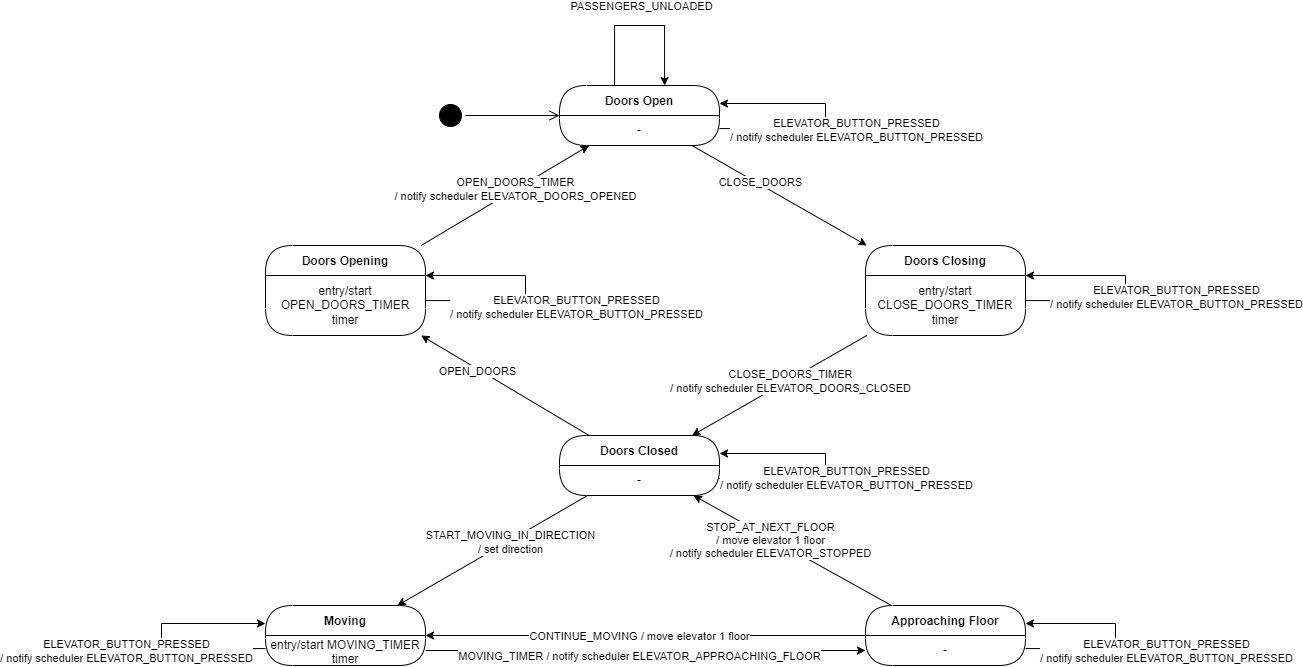
robsim378/sysc_3303_project keeps this draw.io diagram as UML_Diagrams/UML_State_Diagram-Elevator.drawio.png. Above is the earlier version. Source tidied: cells renumbered, new cells last; positions are measured from the earlier drawing's top-left corner, leaving out a move shared by most shapes.
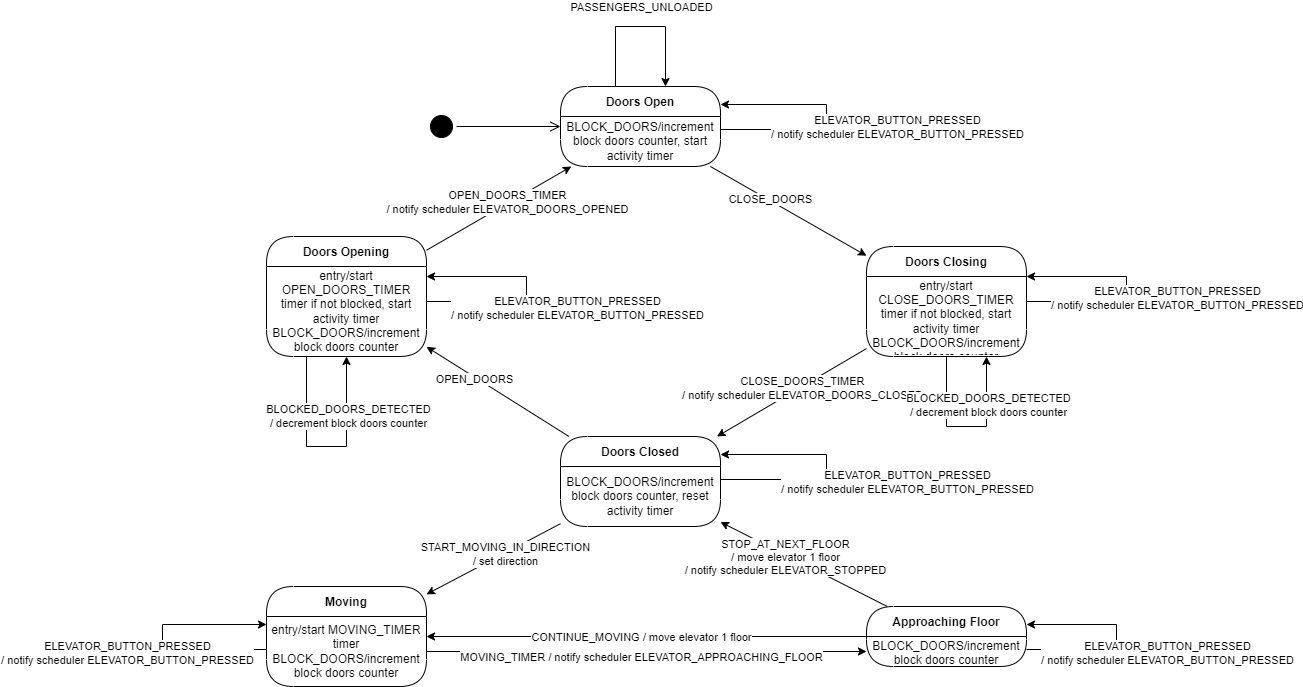
Later version of the same file.

Commit message:
Updated state diagrams

Change to the diagram source:
```diff
@@ -9,10 +9,10 @@
       <mxGeometry x="-0.24" y="2" relative="1" as="geometry" />
     </mxCell>
     <mxCell id="4" value="Doors Open" style="swimlane;fontStyle=1;align=center;verticalAlign=middle;horizontal=1;startSize=30;fontColor=#000000;rounded=1;arcSize=30;strokeColor=#000000;fillColor=#FFFFFF;swimlaneFillColor=#FFFFFF;" parent="1" vertex="1">
-      <mxGeometry x="398" y="60" width="160" height="60" as="geometry" />
+      <mxGeometry x="398" y="60" width="160" height="80" as="geometry" />
     </mxCell>
-    <mxCell id="5" value="-" style="text;html=1;strokeColor=none;fillColor=none;align=center;verticalAlign=middle;spacingLeft=4;spacingRight=4;whiteSpace=wrap;overflow=hidden;fontColor=#000000;" parent="4" vertex="1">
-      <mxGeometry y="30" width="160" height="30" as="geometry" />
+    <mxCell id="5" value="BLOCK_DOORS/increment block doors counter, start activity timer" style="text;html=1;strokeColor=none;fillColor=none;align=center;verticalAlign=middle;spacingLeft=4;spacingRight=4;whiteSpace=wrap;overflow=hidden;fontColor=#000000;" parent="4" vertex="1">
+      <mxGeometry y="30" width="160" height="50" as="geometry" />
     </mxCell>
     <mxCell id="6" style="edgeStyle=none;rounded=0;jettySize=auto;html=1;" parent="1" edge="1" source="8" target="4">
       <mxGeometry relative="1" as="geometry" />
@@ -21,11 +21,22 @@
       <mxGeometry x="0.12" y="1" relative="1" as="geometry" />
     </mxCell>
     <mxCell id="8" value="Doors Opening" style="swimlane;fontStyle=1;align=center;verticalAlign=middle;horizontal=1;startSize=30;fontColor=#000000;rounded=1;arcSize=30;strokeColor=#000000;fillColor=#FFFFFF;swimlaneFillColor=#FFFFFF;" parent="1" vertex="1">
-      <mxGeometry x="104" y="220" width="160" height="90" as="geometry" />
+      <mxGeometry x="104" y="210" width="160" height="120" as="geometry" />
     </mxCell>
-    <mxCell id="9" value="entry/start OPEN_DOORS_TIMER timer" style="text;html=1;strokeColor=none;fillColor=none;align=center;verticalAlign=middle;spacingLeft=4;spacingRight=4;whiteSpace=wrap;overflow=hidden;fontColor=#000000;" parent="8" vertex="1">
-      <mxGeometry y="30" width="160" height="60" as="geometry" />
+    <mxCell id="9" value="entry/start OPEN_DOORS_TIMER timer if not blocked, start activity timer&lt;br&gt;BLOCK_DOORS/increment block doors counter" style="text;html=1;strokeColor=none;fillColor=none;align=center;verticalAlign=middle;spacingLeft=4;spacingRight=4;whiteSpace=wrap;overflow=hidden;fontColor=#000000;" parent="8" vertex="1">
+      <mxGeometry y="30" width="160" height="90" as="geometry" />
     </mxCell>
+    <mxCell id="46" style="edgeStyle=orthogonalEdgeStyle;rounded=0;orthogonalLoop=1;jettySize=auto;html=1;entryX=0.5;entryY=1;entryDx=0;entryDy=0;exitX=0.25;exitY=1;exitDx=0;exitDy=0;" parent="8" edge="1" source="9" target="9">
+      <mxGeometry relative="1" as="geometry">
+        <Array as="points">
+          <mxPoint x="40" y="210" />
+          <mxPoint x="80" y="210" />
+        </Array>
+      </mxGeometry>
+    </mxCell>
+    <mxCell id="47" value="BLOCKED_DOORS_DETECTED&lt;br&gt;/ decrement block doors counter" style="edgeLabel;html=1;align=center;verticalAlign=middle;" parent="46" vertex="1">
+      <mxGeometry x="0.47" y="-1" relative="1" as="geometry" />
+    </mxCell>
     <mxCell id="10" style="edgeStyle=none;rounded=0;jettySize=auto;html=1;" parent="1" edge="1" source="12" target="18">
       <mxGeometry relative="1" as="geometry" />
     </mxCell>
@@ -33,11 +44,22 @@
       <mxGeometry x="-0.12" y="1" relative="1" as="geometry" />
     </mxCell>
     <mxCell id="12" value="Doors Closing" style="swimlane;fontStyle=1;align=center;verticalAlign=middle;horizontal=1;startSize=30;fontColor=#000000;rounded=1;arcSize=30;strokeColor=#000000;fillColor=#FFFFFF;swimlaneFillColor=#FFFFFF;" parent="1" vertex="1">
-      <mxGeometry x="704" y="220" width="160" height="90" as="geometry" />
+      <mxGeometry x="704" y="220" width="160" height="110" as="geometry" />
     </mxCell>
-    <mxCell id="13" value="entry/start CLOSE_DOORS_TIMER timer" style="text;html=1;strokeColor=none;fillColor=none;align=center;verticalAlign=middle;spacingLeft=4;spacingRight=4;whiteSpace=wrap;overflow=hidden;fontColor=#000000;" parent="12" vertex="1">
-      <mxGeometry y="30" width="160" height="60" as="geometry" />
+    <mxCell id="13" value="entry/start CLOSE_DOORS_TIMER timer if not blocked, start activity timer&lt;br&gt;BLOCK_DOORS/increment block doors counter" style="text;html=1;strokeColor=none;fillColor=none;align=center;verticalAlign=middle;spacingLeft=4;spacingRight=4;whiteSpace=wrap;overflow=hidden;fontColor=#000000;" parent="12" vertex="1">
+      <mxGeometry y="30" width="160" height="80" as="geometry" />
     </mxCell>
+    <mxCell id="48" style="edgeStyle=orthogonalEdgeStyle;rounded=0;jettySize=auto;html=1;entryX=0.75;entryY=1;entryDx=0;entryDy=0;" parent="12" edge="1" source="12" target="13">
+      <mxGeometry relative="1" as="geometry">
+        <Array as="points">
+          <mxPoint x="80" y="180" />
+          <mxPoint x="120" y="180" />
+        </Array>
+      </mxGeometry>
+    </mxCell>
+    <mxCell id="49" value="BLOCKED_DOORS_DETECTED&lt;br&gt;/ decrement block doors counter" style="edgeLabel;html=1;align=center;verticalAlign=middle;" parent="48" vertex="1">
+      <mxGeometry x="0.47" y="-1" relative="1" as="geometry" />
+    </mxCell>
     <mxCell id="14" style="edgeStyle=none;rounded=0;jettySize=auto;html=1;" parent="1" edge="1" source="18" target="24">
       <mxGeometry relative="1" as="geometry" />
     </mxCell>
@@ -51,10 +73,10 @@
       <mxGeometry x="0.32" y="2" relative="1" as="geometry" />
     </mxCell>
     <mxCell id="18" value="Doors Closed" style="swimlane;fontStyle=1;align=center;verticalAlign=middle;horizontal=1;startSize=30;fontColor=#000000;rounded=1;arcSize=30;strokeColor=#000000;fillColor=#FFFFFF;swimlaneFillColor=#FFFFFF;" parent="1" vertex="1">
-      <mxGeometry x="398" y="410" width="160" height="60" as="geometry" />
+      <mxGeometry x="398" y="410" width="160" height="90" as="geometry" />
     </mxCell>
-    <mxCell id="19" value="-" style="text;html=1;strokeColor=none;fillColor=none;align=center;verticalAlign=middle;spacingLeft=4;spacingRight=4;whiteSpace=wrap;overflow=hidden;fontColor=#000000;" parent="18" vertex="1">
-      <mxGeometry y="30" width="160" height="30" as="geometry" />
+    <mxCell id="19" value="BLOCK_DOORS/increment block doors counter, reset activity timer" style="text;html=1;strokeColor=none;fillColor=none;align=center;verticalAlign=middle;spacingLeft=4;spacingRight=4;whiteSpace=wrap;overflow=hidden;fontColor=#000000;" parent="18" vertex="1">
+      <mxGeometry y="30" width="160" height="60" as="geometry" />
     </mxCell>
     <mxCell id="20" style="edgeStyle=orthogonalEdgeStyle;rounded=0;jettySize=auto;html=1;" parent="18" edge="1" source="19" target="18">
       <mxGeometry relative="1" as="geometry">
@@ -66,7 +88,7 @@
     </mxCell>
     <mxCell id="21" value="ELEVATOR_BUTTON_PRESSED&lt;br style=&quot;border-color: var(--border-color);&quot;&gt;/ notify scheduler ELEVATOR_BUTTON_PRESSED" style="edgeLabel;html=1;align=center;verticalAlign=middle;" parent="20" vertex="1">
       <mxGeometry relative="1" as="geometry">
-        <mxPoint x="20" y="12" as="offset" />
+        <mxPoint x="80" y="14" as="offset" />
       </mxGeometry>
     </mxCell>
     <mxCell id="22" style="edgeStyle=none;rounded=0;jettySize=auto;html=1;" parent="1" edge="1" source="25" target="31">
@@ -78,10 +100,10 @@
       </mxGeometry>
     </mxCell>
     <mxCell id="24" value="Moving" style="swimlane;fontStyle=1;align=center;verticalAlign=middle;horizontal=1;startSize=30;fontColor=#000000;rounded=1;arcSize=30;strokeColor=#000000;fillColor=#FFFFFF;swimlaneFillColor=#FFFFFF;" parent="1" vertex="1">
-      <mxGeometry x="104" y="580" width="160" height="60" as="geometry" />
+      <mxGeometry x="104" y="560" width="160" height="100" as="geometry" />
     </mxCell>
-    <mxCell id="25" value="entry/start MOVING_TIMER timer" style="text;html=1;strokeColor=none;fillColor=none;align=center;verticalAlign=middle;spacingLeft=4;spacingRight=4;whiteSpace=wrap;overflow=hidden;fontColor=#000000;" parent="24" vertex="1">
-      <mxGeometry y="30" width="160" height="30" as="geometry" />
+    <mxCell id="25" value="entry/start MOVING_TIMER timer&lt;br&gt;BLOCK_DOORS/increment block doors counter" style="text;html=1;strokeColor=none;fillColor=none;align=center;verticalAlign=middle;spacingLeft=4;spacingRight=4;whiteSpace=wrap;overflow=hidden;fontColor=#000000;" parent="24" vertex="1">
+      <mxGeometry y="30" width="160" height="70" as="geometry" />
     </mxCell>
     <mxCell id="26" style="edgeStyle=none;rounded=0;jettySize=auto;html=1;" parent="1" edge="1" source="30" target="24">
       <mxGeometry relative="1" as="geometry" />
@@ -100,7 +122,7 @@
     <mxCell id="30" value="Approaching Floor" style="swimlane;fontStyle=1;align=center;verticalAlign=middle;horizontal=1;startSize=30;fontColor=#000000;rounded=1;arcSize=30;strokeColor=#000000;fillColor=#FFFFFF;swimlaneFillColor=#FFFFFF;" parent="1" vertex="1">
       <mxGeometry x="704" y="580" width="160" height="60" as="geometry" />
     </mxCell>
-    <mxCell id="31" value="-" style="text;html=1;strokeColor=none;fillColor=none;align=center;verticalAlign=middle;spacingLeft=4;spacingRight=4;whiteSpace=wrap;overflow=hidden;fontColor=#000000;" parent="30" vertex="1">
+    <mxCell id="31" value="BLOCK_DOORS/increment block doors counter" style="text;html=1;strokeColor=none;fillColor=none;align=center;verticalAlign=middle;spacingLeft=4;spacingRight=4;whiteSpace=wrap;overflow=hidden;fontColor=#000000;" parent="30" vertex="1">
       <mxGeometry y="30" width="160" height="30" as="geometry" />
     </mxCell>
     <mxCell id="32" style="edgeStyle=orthogonalEdgeStyle;rounded=0;orthogonalLoop=1;jettySize=auto;html=1;" parent="1" edge="1" source="4" target="4">
@@ -139,7 +161,7 @@
     </mxCell>
     <mxCell id="37" value="ELEVATOR_BUTTON_PRESSED&lt;br style=&quot;border-color: var(--border-color);&quot;&gt;/ notify scheduler ELEVATOR_BUTTON_PRESSED" style="edgeLabel;html=1;align=center;verticalAlign=middle;" parent="36" vertex="1">
       <mxGeometry relative="1" as="geometry">
-        <mxPoint x="30" y="14" as="offset" />
+        <mxPoint x="70" y="9" as="offset" />
       </mxGeometry>
     </mxCell>
     <mxCell id="38" style="edgeStyle=orthogonalEdgeStyle;rounded=0;orthogonalLoop=1;jettySize=auto;html=1;" parent="1" edge="1" source="8" target="8">
@@ -182,7 +204,7 @@
       </mxGeometry>
     </mxCell>
     <mxCell id="44" style="ellipse;html=1;shape=startState;fillColor=#000000;strokeColor=#000000;" parent="1" vertex="1">
-      <mxGeometry x="274" y="75" width="30" height="30" as="geometry" />
+      <mxGeometry x="264" y="85" width="30" height="30" as="geometry" />
     </mxCell>
     <mxCell id="45" style="html=1;verticalAlign=bottom;endArrow=open;endSize=8;strokeColor=#000000;rounded=0;entryX=0;entryY=0.5;entryDx=0;entryDy=0;" parent="1" edge="1" source="44" target="4">
       <mxGeometry relative="1" as="geometry" />
```
